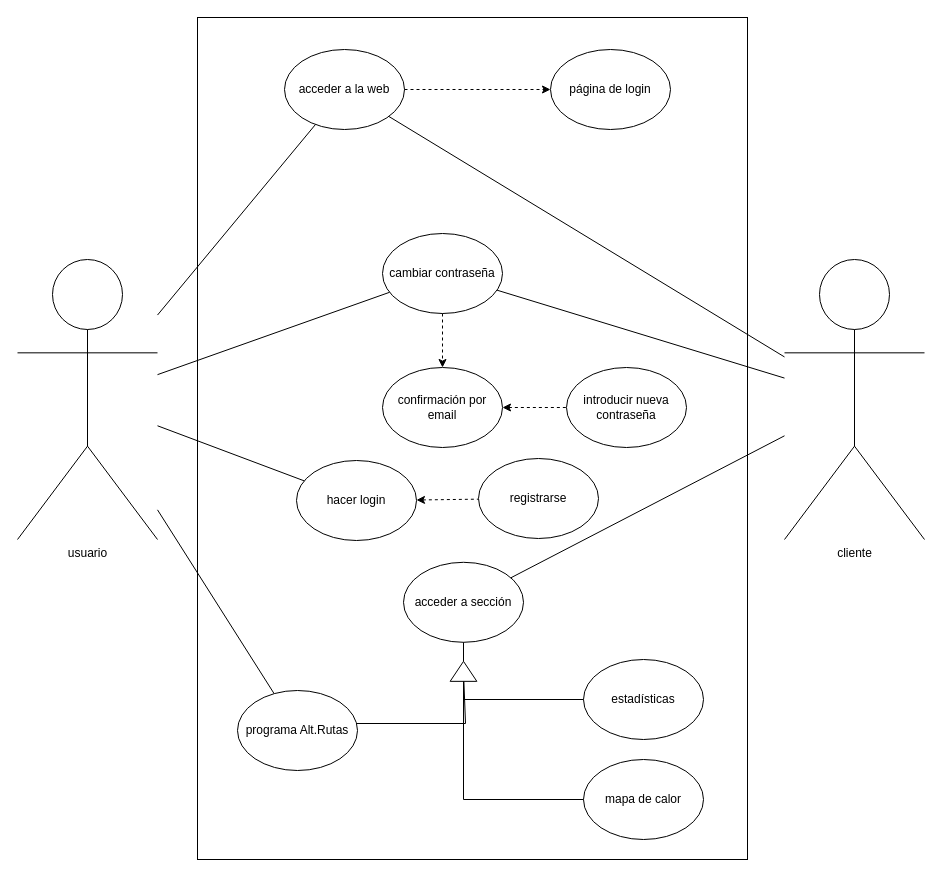
Before: documentacion/diagrama de casos de uso_web.drawio in EquipoA-ED/MockUp_cliente, a draw.io diagram. Source tidied: cells renumbered, new cells numbered last; positions are measured from the earlier drawing's top-left corner, leaving out a move shared by most shapes. Both pictures are drawn from the tidied source at 100%, with x=0, y=0 at pixel (17, 17).
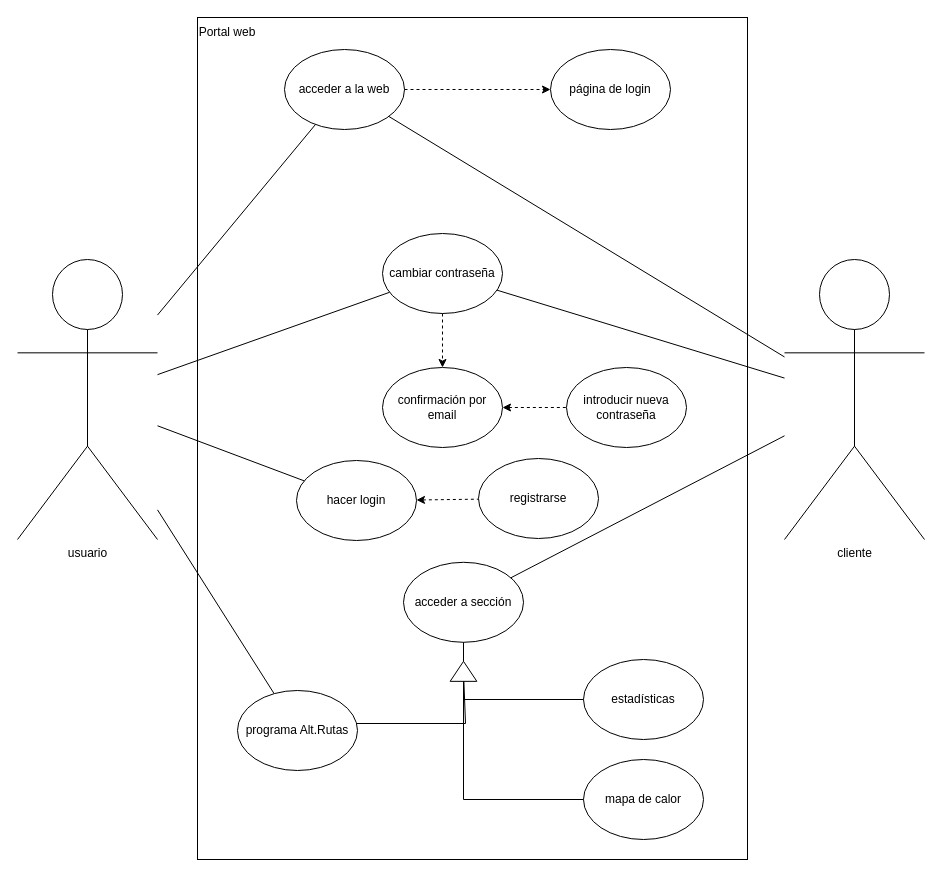
After the change.

Commit message (it also covers changes not shown here):
cambios diagCasos-web

Change to the diagram source:
```diff
@@
+    <mxCell id="33" value="Portal web" style="text;html=1;strokeColor=none;fillColor=none;align=center;verticalAlign=middle;whiteSpace=wrap;rounded=0;" parent="1" vertex="1">
+      <mxGeometry x="180" width="60" height="30" as="geometry" />
+    </mxCell>
```
